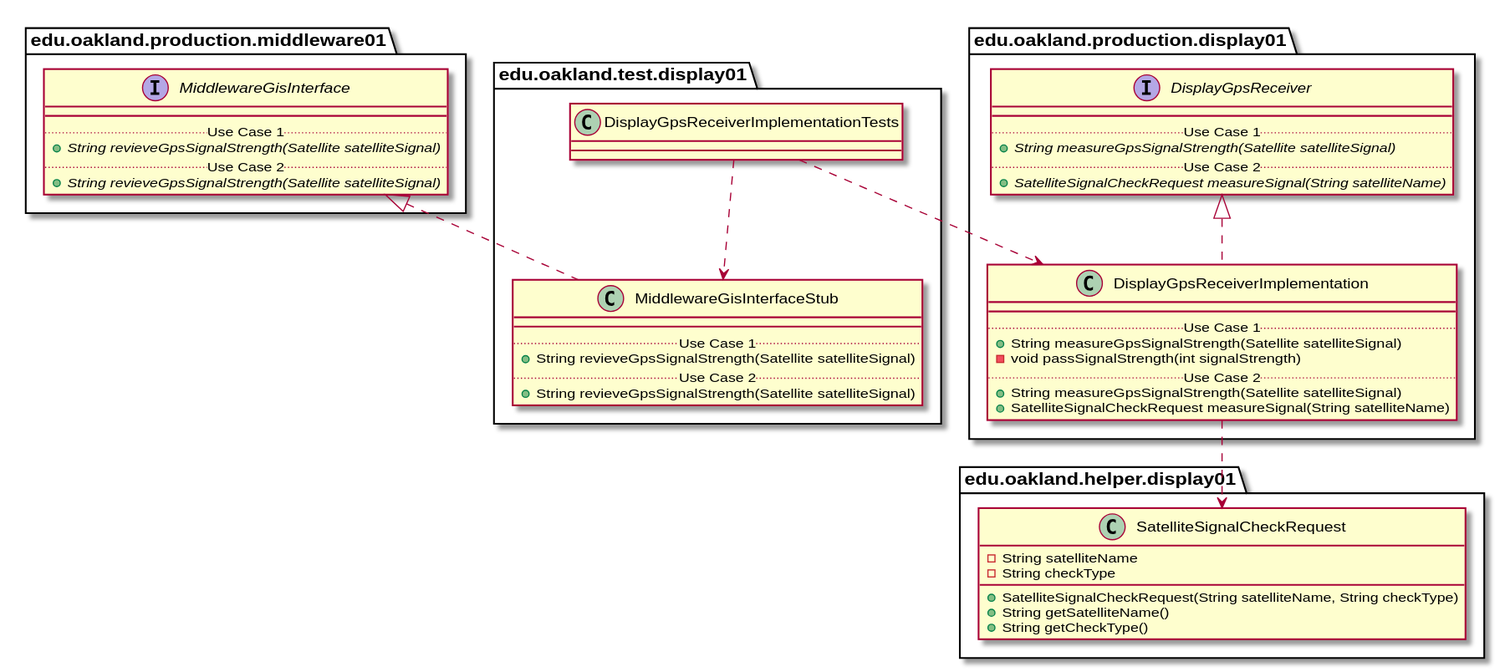
Earlier version of the PlantUML export docs/uml-class-diagrams/display01/test/DisplayGpsReceiverImplementationTests/DisplayGpsReceiverImplementationTests_Closure.svg (andrewdimmer/csi-3370-software-project). Its diagram source:
```plantuml
@startuml DisplayGpsReceiverImplementationTests_Closure


package edu.oakland.test.display01 {
    class DisplayGpsReceiverImplementationTests {

    }
}




package edu.oakland.test.display01 {
    class MiddlewareGisInterfaceStub {
        __
        .. Use Case 1 ..
        + String revieveGpsSignalStrength(Satellite satelliteSignal)
        .. Use Case 2 ..
        + String revieveGpsSignalStrength(Satellite satelliteSignal)
    }
}






package edu.oakland.production.middleware01 {
    interface MiddlewareGisInterface {
        __
        .. Use Case 1 ..
        {abstract} + String revieveGpsSignalStrength(Satellite satelliteSignal)
        .. Use Case 2 ..
        {abstract} + String revieveGpsSignalStrength(Satellite satelliteSignal)
    }
}






MiddlewareGisInterfaceStub .up.|> MiddlewareGisInterface

DisplayGpsReceiverImplementationTests ..> MiddlewareGisInterfaceStub



package edu.oakland.production.display01 {
    class DisplayGpsReceiverImplementation {
        __
        .. Use Case 1 ..
        + String measureGpsSignalStrength(Satellite satelliteSignal)
        - void passSignalStrength(int signalStrength)
        .. Use Case 2 ..
        + String measureGpsSignalStrength(Satellite satelliteSignal)
        + SatelliteSignalCheckRequest measureSignal(String satelliteName)
    }
}




package edu.oakland.production.display01 {
    interface DisplayGpsReceiver {
        __
        .. Use Case 1 ..
        {abstract} + String measureGpsSignalStrength(Satellite satelliteSignal)
        .. Use Case 2 ..
        {abstract} + SatelliteSignalCheckRequest measureSignal(String satelliteName)
    }
}






DisplayGpsReceiverImplementation .up.|> DisplayGpsReceiver



package edu.oakland.helper.display01 {
    class SatelliteSignalCheckRequest {
        - String satelliteName
        - String checkType
        + SatelliteSignalCheckRequest(String satelliteName, String checkType)
        + String getSatelliteName()
        + String getCheckType()
    }
}






DisplayGpsReceiverImplementation ..> SatelliteSignalCheckRequest



DisplayGpsReceiverImplementationTests ..> DisplayGpsReceiverImplementation



@enduml
```
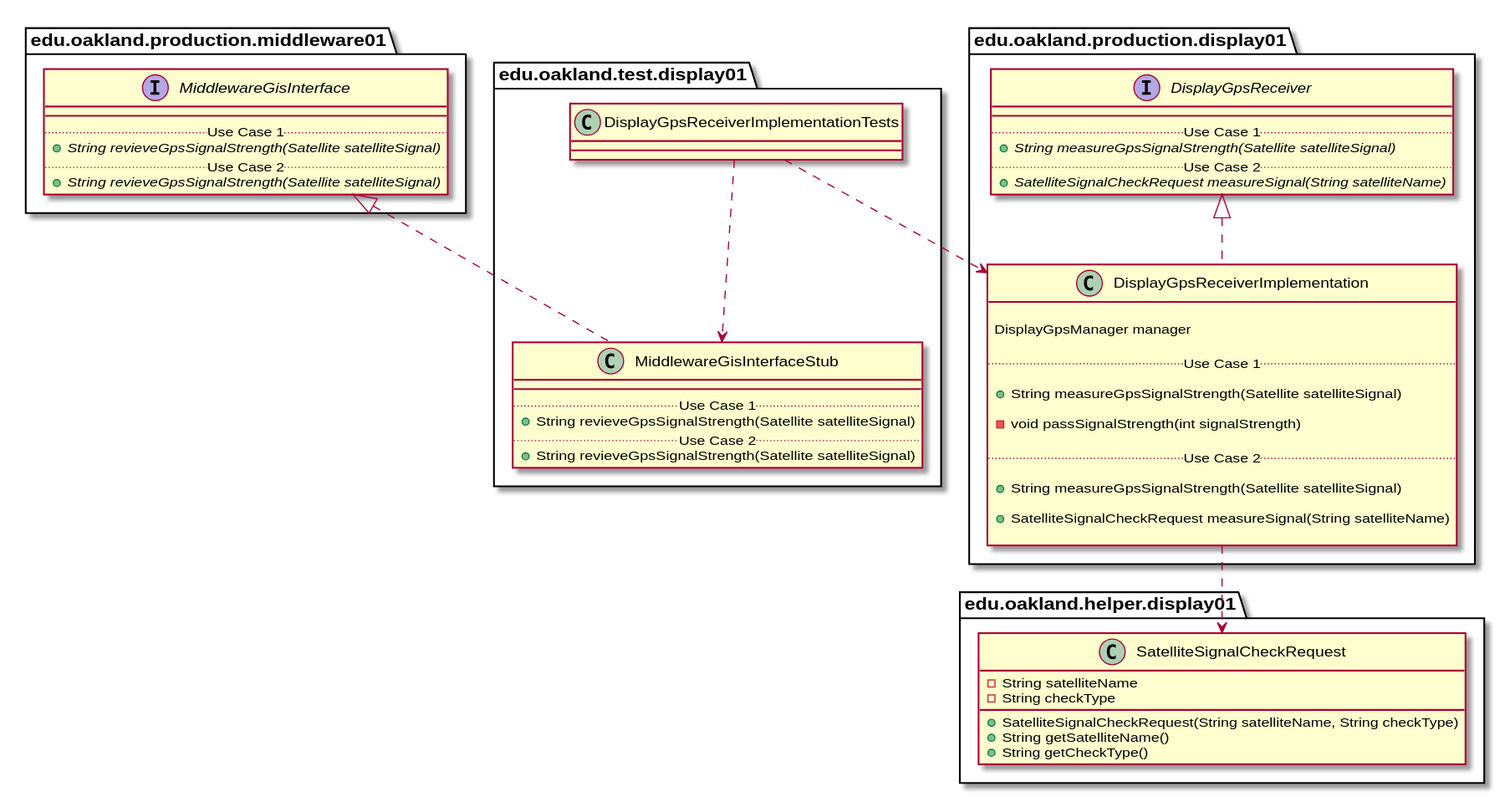
After the change.

The edit, as a diff of the source:
```diff
@@ -48,13 +48,21 @@
 
 package edu.oakland.production.display01 {
     class DisplayGpsReceiverImplementation {
-        __
+
+        DisplayGpsManager manager
+
         .. Use Case 1 ..
+
         + String measureGpsSignalStrength(Satellite satelliteSignal)
+
         - void passSignalStrength(int signalStrength)
+
         .. Use Case 2 ..
+
         + String measureGpsSignalStrength(Satellite satelliteSignal)
+
         + SatelliteSignalCheckRequest measureSignal(String satelliteName)
+
     }
 }
 
```
